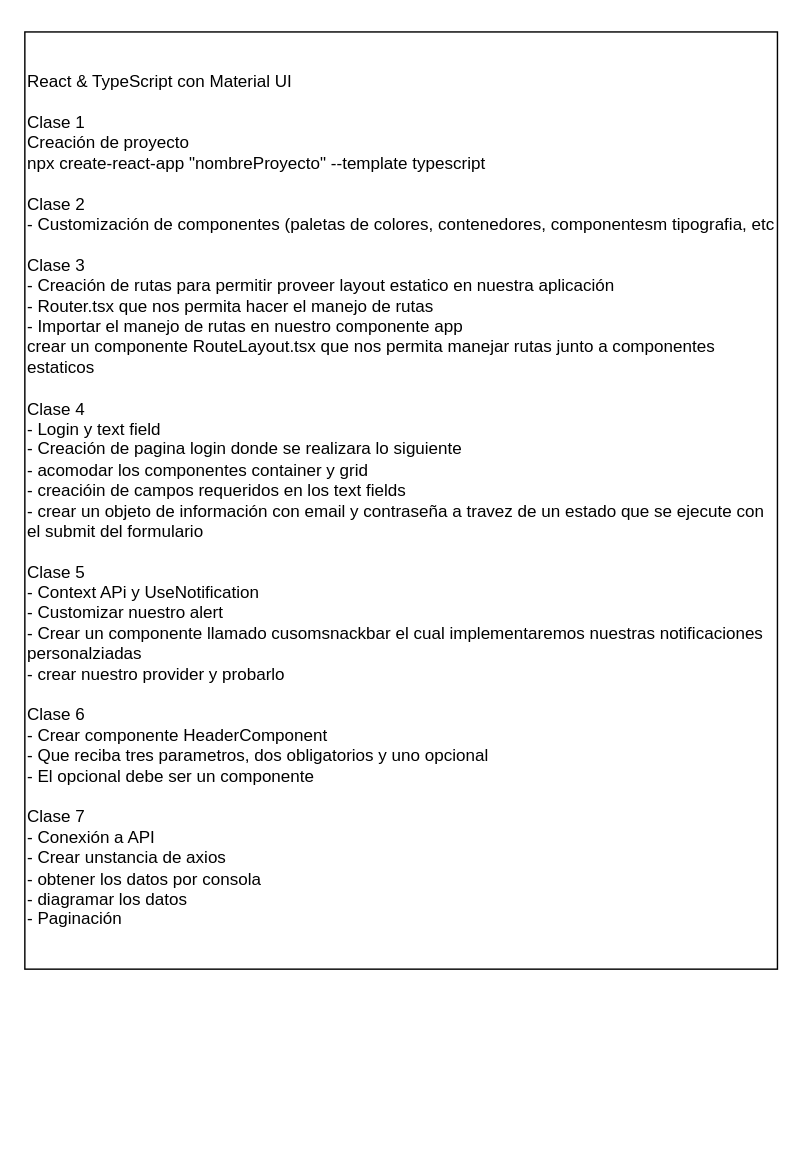
Earlier version of the draw.io diagram architecture/architecture.drawio (DanielOrtiz179499/armoniaspa). Source tidied: cells renumbered, new cells numbered last; positions are measured from the earlier drawing's top-left corner, leaving out a move shared by most shapes. Both pictures are drawn from the tidied source at 142%, with x=0, y=0 at pixel (24, 31).
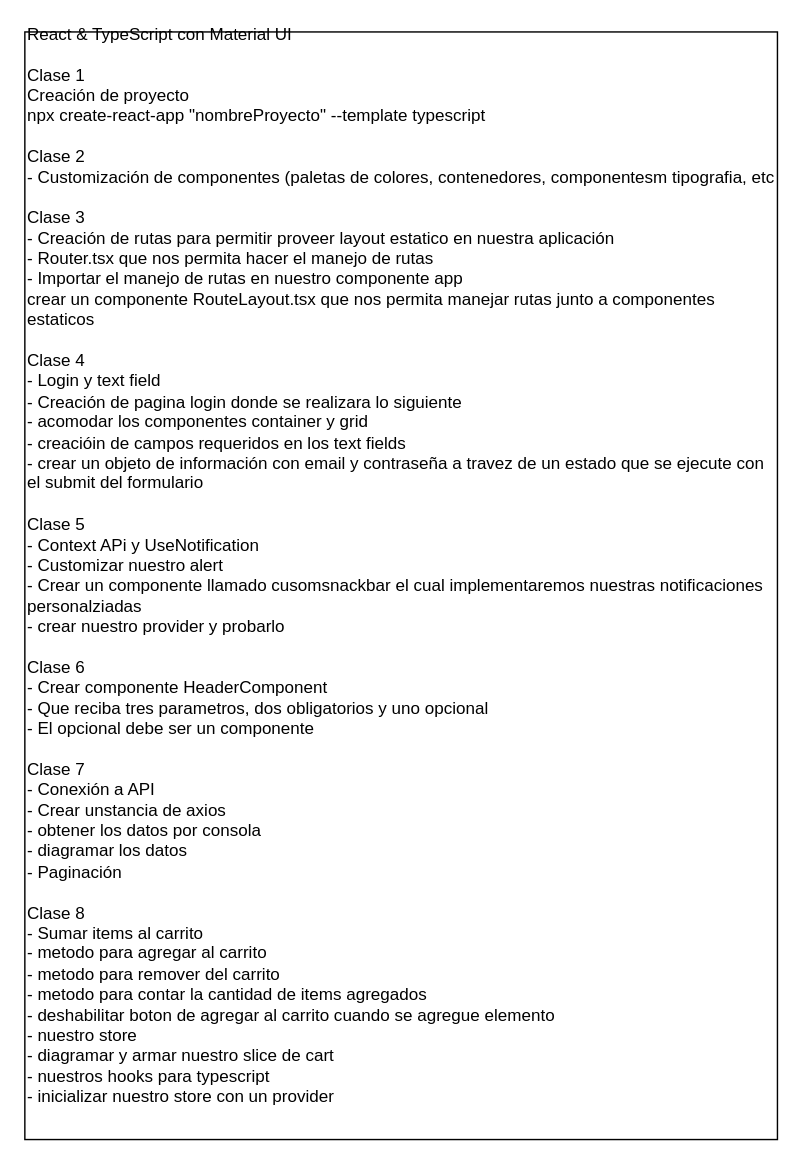
The same diagram, later.

Commit message:
Etapa 1 finalizada

Change to the diagram source:
```diff
@@
 <mxGraphModel>
   <root>
     <mxCell id="0" />
     <mxCell id="1" parent="0" />
-    <mxCell id="2" value="React &amp;amp; TypeScript con Material UI&lt;br&gt;&lt;br&gt;Clase 1&lt;br&gt;Creación de proyecto&lt;br&gt;npx create-react-app &quot;nombreProyecto&quot; --template typescript&lt;br&gt;&lt;br&gt;Clase 2&lt;br&gt;- Customización de componentes (paletas de colores, contenedores, componentesm tipografia, etc&lt;br&gt;&lt;br&gt;Clase 3&lt;br&gt;- Creación de rutas para permitir proveer layout estatico en nuestra aplicación&lt;br&gt;- Router.tsx que nos permita hacer el manejo de rutas&lt;br&gt;- Importar el manejo de rutas en nuestro componente app&lt;br&gt;crear un componente RouteLayout.tsx que nos permita manejar rutas junto a componentes estaticos&lt;br&gt;&lt;br&gt;Clase 4&lt;br&gt;- Login y text field&lt;br&gt;- Creación de pagina login donde se realizara lo siguiente&lt;br&gt;- acomodar los componentes container y grid&lt;br&gt;- creacióin de campos requeridos en los text fields&lt;br&gt;- crear un objeto de información con email y contraseña a travez de un estado que se ejecute con el submit del formulario&lt;br&gt;&lt;br&gt;Clase 5&lt;br&gt;- Context APi y UseNotification&lt;br&gt;- Customizar nuestro alert&lt;br&gt;- Crear un componente llamado cusomsnackbar el cual implementaremos nuestras notificaciones personalziadas&lt;br&gt;- crear nuestro provider y probarlo&lt;br&gt;&lt;br&gt;Clase 6&lt;br&gt;- Crear componente HeaderComponent&lt;br&gt;- Que reciba tres parametros, dos obligatorios y uno opcional&lt;br&gt;- El opcional debe ser un componente&lt;br&gt;&lt;br&gt;Clase 7&lt;br&gt;- Conexión a API&lt;br&gt;- Crear unstancia de axios&lt;br&gt;- obtener los datos por consola&lt;br&gt;- diagramar los datos&lt;br&gt;- Paginación" style="rounded=0;whiteSpace=wrap;html=1;align=left;" parent="1" vertex="1">
-      <mxGeometry width="530" height="660" as="geometry" />
+    <mxCell id="2" value="React &amp;amp; TypeScript con Material UI&lt;br&gt;&lt;br&gt;Clase 1&lt;br&gt;Creación de proyecto&lt;br&gt;npx create-react-app &quot;nombreProyecto&quot; --template typescript&lt;br&gt;&lt;br&gt;Clase 2&lt;br&gt;- Customización de componentes (paletas de colores, contenedores, componentesm tipografia, etc&lt;br&gt;&lt;br&gt;Clase 3&lt;br&gt;- Creación de rutas para permitir proveer layout estatico en nuestra aplicación&lt;br&gt;- Router.tsx que nos permita hacer el manejo de rutas&lt;br&gt;- Importar el manejo de rutas en nuestro componente app&lt;br&gt;crear un componente RouteLayout.tsx que nos permita manejar rutas junto a componentes estaticos&lt;br&gt;&lt;br&gt;Clase 4&lt;br&gt;- Login y text field&lt;br&gt;- Creación de pagina login donde se realizara lo siguiente&lt;br&gt;- acomodar los componentes container y grid&lt;br&gt;- creacióin de campos requeridos en los text fields&lt;br&gt;- crear un objeto de información con email y contraseña a travez de un estado que se ejecute con el submit del formulario&lt;br&gt;&lt;br&gt;Clase 5&lt;br&gt;- Context APi y UseNotification&lt;br&gt;- Customizar nuestro alert&lt;br&gt;- Crear un componente llamado cusomsnackbar el cual implementaremos nuestras notificaciones personalziadas&lt;br&gt;- crear nuestro provider y probarlo&lt;br&gt;&lt;br&gt;Clase 6&lt;br&gt;- Crear componente HeaderComponent&lt;br&gt;- Que reciba tres parametros, dos obligatorios y uno opcional&lt;br&gt;- El opcional debe ser un componente&lt;br&gt;&lt;br&gt;Clase 7&lt;br&gt;- Conexión a API&lt;br&gt;- Crear unstancia de axios&lt;br&gt;- obtener los datos por consola&lt;br&gt;- diagramar los datos&lt;br&gt;- Paginación&lt;br&gt;&lt;br&gt;Clase 8&lt;br&gt;- Sumar items al carrito&lt;br&gt;- metodo para agregar al carrito&lt;br&gt;- metodo para remover del carrito&lt;br&gt;- metodo para contar la cantidad de items agregados&lt;br&gt;- deshabilitar boton de agregar al carrito cuando se agregue elemento&lt;br&gt;- nuestro store&lt;br&gt;- diagramar y armar nuestro slice de cart&lt;br&gt;- nuestros hooks para typescript&lt;br&gt;- inicializar nuestro store con un provider&lt;br&gt;&lt;br&gt;&lt;br&gt;" style="rounded=0;whiteSpace=wrap;html=1;align=left;" parent="1" vertex="1">
+      <mxGeometry width="530" height="780" as="geometry" />
     </mxCell>
   </root>
 </mxGraphModel>
```
